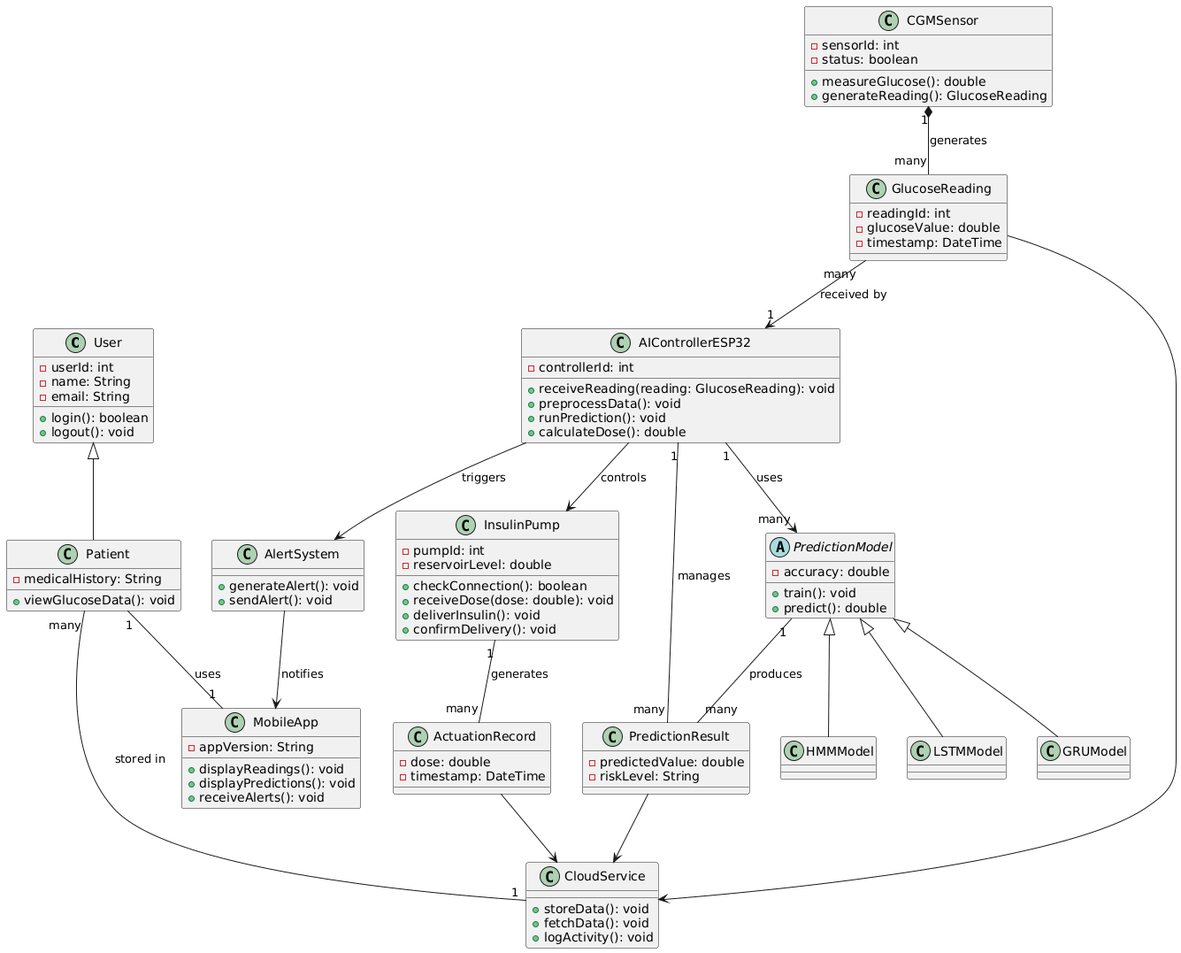
This is Diagrams/UML/Overview for all classes used.png from Glucora/Ai-Powered-System-for-Continuous-Glucose-Monitoring-and-Automated-Insulin-Delivery, a PlantUML export, as it was before one commit.
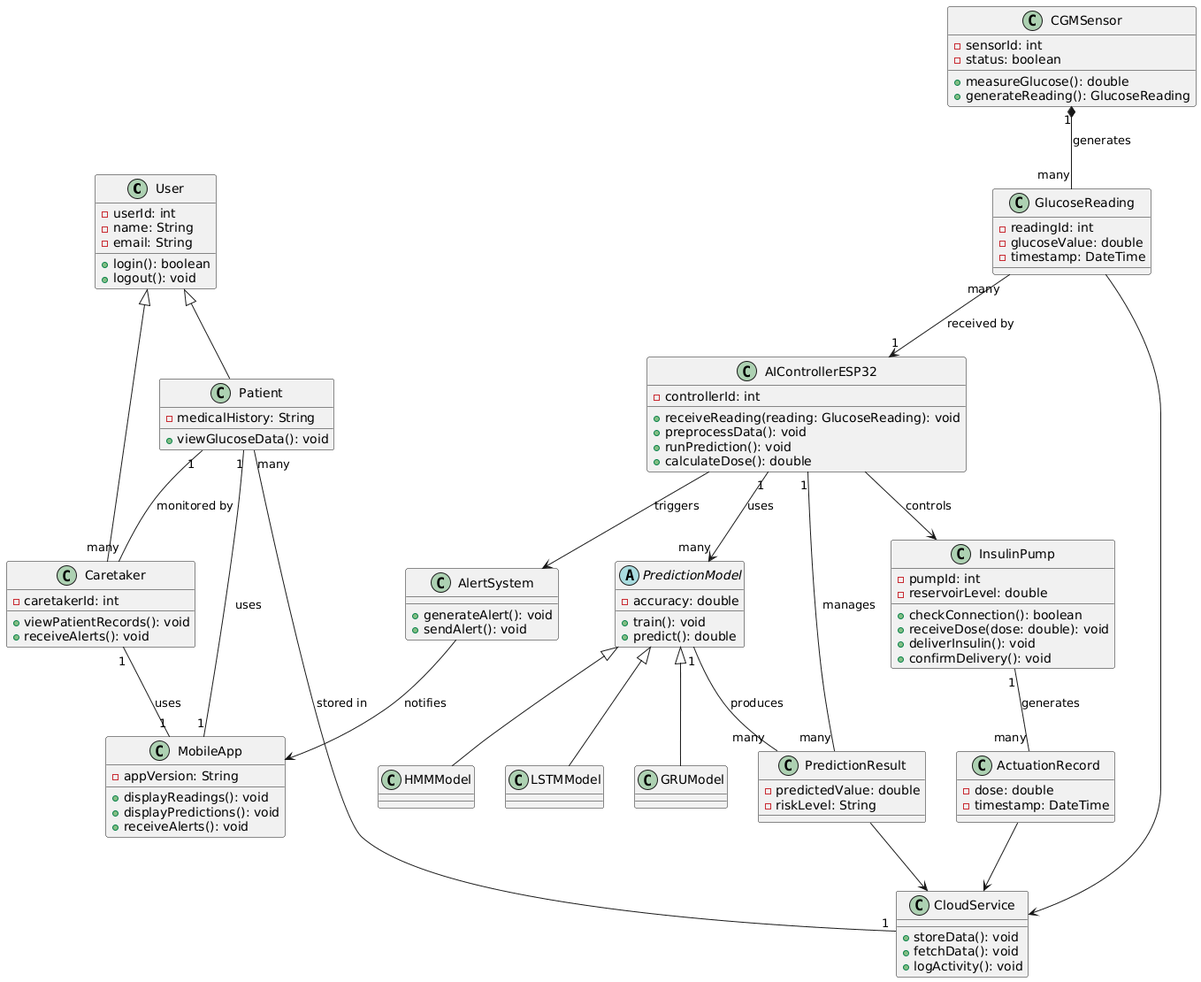
The same diagram one commit later.

What changed in the source:
```diff
@@ -13,7 +13,20 @@
   + viewGlucoseData(): void
 }
 
+class Caretaker {
+  - caretakerId: int
+  + viewPatientRecords(): void
+  + receiveAlerts(): void
+}
+
 User <|-- Patient
+User <|-- Caretaker
+
+
+
+Patient "1" -- "many" Caretaker : monitored by
+
+
 
 class MobileApp {
   - appVersion: String
@@ -23,6 +36,7 @@
 }
 
 Patient "1" -- "1" MobileApp : uses
+Caretaker "1" -- "1" MobileApp : uses
 
 
 
```
